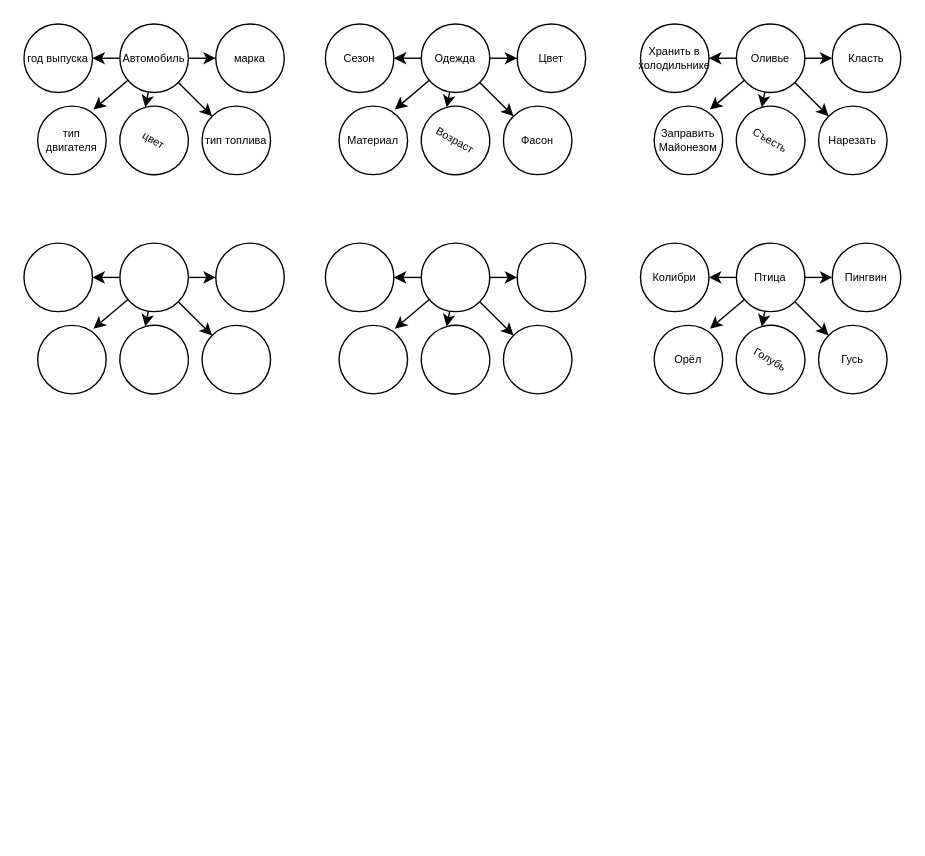
This is Untitled Diagram.drawio from Farelko262/SoloLearn-Course-Java, a draw.io file, before an edit. Source tidied: cells renumbered, new cells numbered last; positions are measured from the earlier drawing's top-left corner, leaving out a move shared by most shapes. Both pictures are drawn from the tidied source at 137%, with x=0, y=0 at pixel (23, 23).
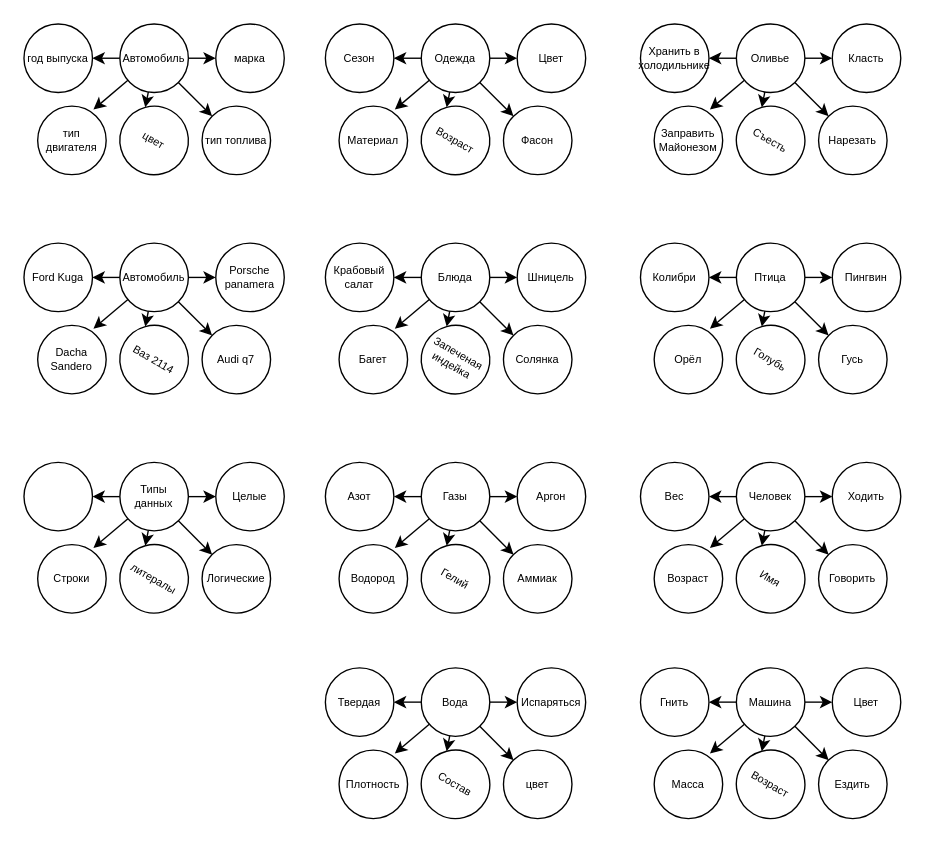
The same page after the edit.

Diff of the diagram source:
```diff
@@
-    <mxCell id="29" style="ellipse;whiteSpace=wrap;html=1;fontSize=8;" parent="1" vertex="1">
+    <mxCell id="29" value="Автомобиль" style="ellipse;whiteSpace=wrap;html=1;fontSize=8;" parent="1" vertex="1">
       <mxGeometry x="70" y="160" width="50" height="50" as="geometry" />
     </mxCell>
-    <mxCell id="30" style="ellipse;whiteSpace=wrap;html=1;fontSize=8;" parent="1" vertex="1">
+    <mxCell id="30" value="Ford Kuga" style="ellipse;whiteSpace=wrap;html=1;fontSize=8;" parent="1" vertex="1">
       <mxGeometry y="160" width="50" height="50" as="geometry" />
     </mxCell>
-    <mxCell id="31" style="ellipse;whiteSpace=wrap;html=1;fontSize=8;" parent="1" vertex="1">
+    <mxCell id="31" value="Porsche panamera&lt;br&gt;" style="ellipse;whiteSpace=wrap;html=1;fontSize=8;" parent="1" vertex="1">
       <mxGeometry x="140" y="160" width="50" height="50" as="geometry" />
     </mxCell>
-    <mxCell id="32" style="ellipse;whiteSpace=wrap;html=1;fontSize=8;" parent="1" vertex="1">
+    <mxCell id="32" value="Audi q7" style="ellipse;whiteSpace=wrap;html=1;fontSize=8;" parent="1" vertex="1">
       <mxGeometry x="130" y="220" width="50" height="50" as="geometry" />
     </mxCell>
-    <mxCell id="33" style="ellipse;whiteSpace=wrap;html=1;rotation=30;fontSize=8;" parent="1" vertex="1">
+    <mxCell id="33" value="Ваз 2114" style="ellipse;whiteSpace=wrap;html=1;rotation=30;fontSize=8;" parent="1" vertex="1">
       <mxGeometry x="70" y="220" width="50" height="50" as="geometry" />
     </mxCell>
-    <mxCell id="34" style="ellipse;whiteSpace=wrap;html=1;fontSize=8;" parent="1" vertex="1">
+    <mxCell id="34" value="Dacha Sandero" style="ellipse;whiteSpace=wrap;html=1;fontSize=8;" parent="1" vertex="1">
       <mxGeometry x="10" y="220" width="50" height="50" as="geometry" />
     </mxCell>
@@
-    <mxCell id="40" style="ellipse;whiteSpace=wrap;html=1;fontSize=8;" parent="1" vertex="1">
+    <mxCell id="40" value="Блюда&lt;br&gt;" style="ellipse;whiteSpace=wrap;html=1;fontSize=8;" parent="1" vertex="1">
       <mxGeometry x="290" y="160" width="50" height="50" as="geometry" />
     </mxCell>
-    <mxCell id="41" style="ellipse;whiteSpace=wrap;html=1;fontSize=8;" parent="1" vertex="1">
+    <mxCell id="41" value="Крабовый салат" style="ellipse;whiteSpace=wrap;html=1;fontSize=8;" parent="1" vertex="1">
       <mxGeometry x="220" y="160" width="50" height="50" as="geometry" />
     </mxCell>
-    <mxCell id="42" style="ellipse;whiteSpace=wrap;html=1;fontSize=8;" parent="1" vertex="1">
+    <mxCell id="42" value="Шницель" style="ellipse;whiteSpace=wrap;html=1;fontSize=8;" parent="1" vertex="1">
       <mxGeometry x="360" y="160" width="50" height="50" as="geometry" />
     </mxCell>
-    <mxCell id="43" style="ellipse;whiteSpace=wrap;html=1;fontSize=8;" parent="1" vertex="1">
+    <mxCell id="43" value="Солянка" style="ellipse;whiteSpace=wrap;html=1;fontSize=8;" parent="1" vertex="1">
       <mxGeometry x="350" y="220" width="50" height="50" as="geometry" />
     </mxCell>
-    <mxCell id="44" style="ellipse;whiteSpace=wrap;html=1;rotation=30;fontSize=8;" parent="1" vertex="1">
+    <mxCell id="44" value="Запеченая индейка" style="ellipse;whiteSpace=wrap;html=1;rotation=30;fontSize=8;" parent="1" vertex="1">
       <mxGeometry x="290" y="220" width="50" height="50" as="geometry" />
     </mxCell>
-    <mxCell id="45" style="ellipse;whiteSpace=wrap;html=1;fontSize=8;" parent="1" vertex="1">
+    <mxCell id="45" value="Багет" style="ellipse;whiteSpace=wrap;html=1;fontSize=8;" parent="1" vertex="1">
       <mxGeometry x="230" y="220" width="50" height="50" as="geometry" />
     </mxCell>
@@
+    <mxCell id="68" style="edgeStyle=none;rounded=0;jettySize=auto;html=1;fontSize=8;" parent="1" edge="1" source="73" target="74">
+      <mxGeometry relative="1" as="geometry" />
+    </mxCell>
+    <mxCell id="69" style="edgeStyle=none;rounded=0;jettySize=auto;html=1;exitX=1;exitY=0.5;exitDx=0;exitDy=0;entryX=0;entryY=0.5;entryDx=0;entryDy=0;fontSize=8;" parent="1" edge="1" source="73" target="75">
+      <mxGeometry relative="1" as="geometry" />
+    </mxCell>
+    <mxCell id="70" style="edgeStyle=none;rounded=0;jettySize=auto;html=1;entryX=0;entryY=0;entryDx=0;entryDy=0;fontSize=8;" parent="1" edge="1" source="73" target="76">
+      <mxGeometry relative="1" as="geometry" />
+    </mxCell>
+    <mxCell id="71" style="edgeStyle=none;rounded=0;jettySize=auto;html=1;entryX=0;entryY=0;entryDx=0;entryDy=0;fontSize=8;" parent="1" edge="1" source="73" target="77">
+      <mxGeometry relative="1" as="geometry" />
+    </mxCell>
+    <mxCell id="72" style="edgeStyle=none;rounded=0;jettySize=auto;html=1;entryX=0.814;entryY=0.049;entryDx=0;entryDy=0;entryPerimeter=0;fontSize=8;" parent="1" edge="1" source="73" target="78">
+      <mxGeometry relative="1" as="geometry" />
+    </mxCell>
+    <mxCell id="73" value="Типы данных" style="ellipse;whiteSpace=wrap;html=1;fontSize=8;" parent="1" vertex="1">
+      <mxGeometry x="70" y="320" width="50" height="50" as="geometry" />
+    </mxCell>
+    <mxCell id="74" style="ellipse;whiteSpace=wrap;html=1;fontSize=8;" parent="1" vertex="1">
+      <mxGeometry y="320" width="50" height="50" as="geometry" />
+    </mxCell>
+    <mxCell id="75" value="Целые" style="ellipse;whiteSpace=wrap;html=1;fontSize=8;" parent="1" vertex="1">
+      <mxGeometry x="140" y="320" width="50" height="50" as="geometry" />
+    </mxCell>
+    <mxCell id="76" value="Логические" style="ellipse;whiteSpace=wrap;html=1;fontSize=8;" parent="1" vertex="1">
+      <mxGeometry x="130" y="380" width="50" height="50" as="geometry" />
+    </mxCell>
+    <mxCell id="77" value="литералы" style="ellipse;whiteSpace=wrap;html=1;rotation=30;fontSize=8;" parent="1" vertex="1">
+      <mxGeometry x="70" y="380" width="50" height="50" as="geometry" />
+    </mxCell>
+    <mxCell id="78" value="Строки" style="ellipse;whiteSpace=wrap;html=1;fontSize=8;" parent="1" vertex="1">
+      <mxGeometry x="10" y="380" width="50" height="50" as="geometry" />
+    </mxCell>
+    <mxCell id="79" style="edgeStyle=none;rounded=0;jettySize=auto;html=1;fontSize=8;" parent="1" edge="1" source="84" target="85">
+      <mxGeometry relative="1" as="geometry" />
+    </mxCell>
+    <mxCell id="80" style="edgeStyle=none;rounded=0;jettySize=auto;html=1;exitX=1;exitY=0.5;exitDx=0;exitDy=0;entryX=0;entryY=0.5;entryDx=0;entryDy=0;fontSize=8;" parent="1" edge="1" source="84" target="86">
+      <mxGeometry relative="1" as="geometry" />
+    </mxCell>
+    <mxCell id="81" style="edgeStyle=none;rounded=0;jettySize=auto;html=1;entryX=0;entryY=0;entryDx=0;entryDy=0;fontSize=8;" parent="1" edge="1" source="84" target="87">
+      <mxGeometry relative="1" as="geometry" />
+    </mxCell>
+    <mxCell id="82" style="edgeStyle=none;rounded=0;jettySize=auto;html=1;entryX=0;entryY=0;entryDx=0;entryDy=0;fontSize=8;" parent="1" edge="1" source="84" target="88">
+      <mxGeometry relative="1" as="geometry" />
+    </mxCell>
+    <mxCell id="83" style="edgeStyle=none;rounded=0;jettySize=auto;html=1;entryX=0.814;entryY=0.049;entryDx=0;entryDy=0;entryPerimeter=0;fontSize=8;" parent="1" edge="1" source="84" target="89">
+      <mxGeometry relative="1" as="geometry" />
+    </mxCell>
+    <mxCell id="84" value="Газы" style="ellipse;whiteSpace=wrap;html=1;fontSize=8;" parent="1" vertex="1">
+      <mxGeometry x="290" y="320" width="50" height="50" as="geometry" />
+    </mxCell>
+    <mxCell id="85" value="Азот" style="ellipse;whiteSpace=wrap;html=1;fontSize=8;" parent="1" vertex="1">
+      <mxGeometry x="220" y="320" width="50" height="50" as="geometry" />
+    </mxCell>
+    <mxCell id="86" value="Аргон" style="ellipse;whiteSpace=wrap;html=1;fontSize=8;" parent="1" vertex="1">
+      <mxGeometry x="360" y="320" width="50" height="50" as="geometry" />
+    </mxCell>
+    <mxCell id="87" value="Аммиак" style="ellipse;whiteSpace=wrap;html=1;fontSize=8;" parent="1" vertex="1">
+      <mxGeometry x="350" y="380" width="50" height="50" as="geometry" />
+    </mxCell>
+    <mxCell id="88" value="Гелий" style="ellipse;whiteSpace=wrap;html=1;rotation=30;fontSize=8;" parent="1" vertex="1">
+      <mxGeometry x="290" y="380" width="50" height="50" as="geometry" />
+    </mxCell>
+    <mxCell id="89" value="Водород" style="ellipse;whiteSpace=wrap;html=1;fontSize=8;" parent="1" vertex="1">
+      <mxGeometry x="230" y="380" width="50" height="50" as="geometry" />
+    </mxCell>
+    <mxCell id="90" style="edgeStyle=none;rounded=0;jettySize=auto;html=1;fontSize=8;" parent="1" edge="1" source="95" target="96">
+      <mxGeometry relative="1" as="geometry" />
+    </mxCell>
+    <mxCell id="91" style="edgeStyle=none;rounded=0;jettySize=auto;html=1;exitX=1;exitY=0.5;exitDx=0;exitDy=0;entryX=0;entryY=0.5;entryDx=0;entryDy=0;fontSize=8;" parent="1" edge="1" source="95" target="97">
+      <mxGeometry relative="1" as="geometry" />
+    </mxCell>
+    <mxCell id="92" style="edgeStyle=none;rounded=0;jettySize=auto;html=1;entryX=0;entryY=0;entryDx=0;entryDy=0;fontSize=8;" parent="1" edge="1" source="95" target="98">
+      <mxGeometry relative="1" as="geometry" />
+    </mxCell>
+    <mxCell id="93" style="edgeStyle=none;rounded=0;jettySize=auto;html=1;entryX=0;entryY=0;entryDx=0;entryDy=0;fontSize=8;" parent="1" edge="1" source="95" target="99">
+      <mxGeometry relative="1" as="geometry" />
+    </mxCell>
+    <mxCell id="94" style="edgeStyle=none;rounded=0;jettySize=auto;html=1;entryX=0.814;entryY=0.049;entryDx=0;entryDy=0;entryPerimeter=0;fontSize=8;" parent="1" edge="1" source="95" target="100">
+      <mxGeometry relative="1" as="geometry" />
+    </mxCell>
+    <mxCell id="95" value="Человек" style="ellipse;whiteSpace=wrap;html=1;fontSize=8;" parent="1" vertex="1">
+      <mxGeometry x="520" y="320" width="50" height="50" as="geometry" />
+    </mxCell>
+    <mxCell id="96" value="Вес" style="ellipse;whiteSpace=wrap;html=1;fontSize=8;" parent="1" vertex="1">
+      <mxGeometry x="450" y="320" width="50" height="50" as="geometry" />
+    </mxCell>
+    <mxCell id="97" value="Ходить" style="ellipse;whiteSpace=wrap;html=1;fontSize=8;" parent="1" vertex="1">
+      <mxGeometry x="590" y="320" width="50" height="50" as="geometry" />
+    </mxCell>
+    <mxCell id="98" value="Говорить" style="ellipse;whiteSpace=wrap;html=1;fontSize=8;" parent="1" vertex="1">
+      <mxGeometry x="580" y="380" width="50" height="50" as="geometry" />
+    </mxCell>
+    <mxCell id="99" value="Имя" style="ellipse;whiteSpace=wrap;html=1;rotation=30;fontSize=8;" parent="1" vertex="1">
+      <mxGeometry x="520" y="380" width="50" height="50" as="geometry" />
+    </mxCell>
+    <mxCell id="100" value="Возраст" style="ellipse;whiteSpace=wrap;html=1;fontSize=8;" parent="1" vertex="1">
+      <mxGeometry x="460" y="380" width="50" height="50" as="geometry" />
+    </mxCell>
+    <mxCell id="101" style="edgeStyle=none;rounded=0;jettySize=auto;html=1;fontSize=8;" parent="1" edge="1" source="106" target="107">
+      <mxGeometry relative="1" as="geometry" />
+    </mxCell>
+    <mxCell id="102" style="edgeStyle=none;rounded=0;jettySize=auto;html=1;exitX=1;exitY=0.5;exitDx=0;exitDy=0;entryX=0;entryY=0.5;entryDx=0;entryDy=0;fontSize=8;" parent="1" edge="1" source="106" target="108">
+      <mxGeometry relative="1" as="geometry" />
+    </mxCell>
+    <mxCell id="103" style="edgeStyle=none;rounded=0;jettySize=auto;html=1;entryX=0;entryY=0;entryDx=0;entryDy=0;fontSize=8;" parent="1" edge="1" source="106" target="109">
+      <mxGeometry relative="1" as="geometry" />
+    </mxCell>
+    <mxCell id="104" style="edgeStyle=none;rounded=0;jettySize=auto;html=1;entryX=0;entryY=0;entryDx=0;entryDy=0;fontSize=8;" parent="1" edge="1" source="106" target="110">
+      <mxGeometry relative="1" as="geometry" />
+    </mxCell>
+    <mxCell id="105" style="edgeStyle=none;rounded=0;jettySize=auto;html=1;entryX=0.814;entryY=0.049;entryDx=0;entryDy=0;entryPerimeter=0;fontSize=8;" parent="1" edge="1" source="106" target="111">
+      <mxGeometry relative="1" as="geometry" />
+    </mxCell>
+    <mxCell id="106" value="Вода" style="ellipse;whiteSpace=wrap;html=1;fontSize=8;" parent="1" vertex="1">
+      <mxGeometry x="290" y="470" width="50" height="50" as="geometry" />
+    </mxCell>
+    <mxCell id="107" value="Твердая" style="ellipse;whiteSpace=wrap;html=1;fontSize=8;" parent="1" vertex="1">
+      <mxGeometry x="220" y="470" width="50" height="50" as="geometry" />
+    </mxCell>
+    <mxCell id="108" value="Испаряться" style="ellipse;whiteSpace=wrap;html=1;fontSize=8;" parent="1" vertex="1">
+      <mxGeometry x="360" y="470" width="50" height="50" as="geometry" />
+    </mxCell>
+    <mxCell id="109" value="цвет" style="ellipse;whiteSpace=wrap;html=1;fontSize=8;" parent="1" vertex="1">
+      <mxGeometry x="350" y="530" width="50" height="50" as="geometry" />
+    </mxCell>
+    <mxCell id="110" value="Состав" style="ellipse;whiteSpace=wrap;html=1;rotation=30;fontSize=8;" parent="1" vertex="1">
+      <mxGeometry x="290" y="530" width="50" height="50" as="geometry" />
+    </mxCell>
+    <mxCell id="111" value="Плотность" style="ellipse;whiteSpace=wrap;html=1;fontSize=8;" parent="1" vertex="1">
+      <mxGeometry x="230" y="530" width="50" height="50" as="geometry" />
+    </mxCell>
+    <mxCell id="112" style="edgeStyle=none;rounded=0;jettySize=auto;html=1;fontSize=8;" parent="1" edge="1" source="117" target="118">
+      <mxGeometry relative="1" as="geometry" />
+    </mxCell>
+    <mxCell id="113" style="edgeStyle=none;rounded=0;jettySize=auto;html=1;exitX=1;exitY=0.5;exitDx=0;exitDy=0;entryX=0;entryY=0.5;entryDx=0;entryDy=0;fontSize=8;" parent="1" edge="1" source="117" target="119">
+      <mxGeometry relative="1" as="geometry" />
+    </mxCell>
+    <mxCell id="114" style="edgeStyle=none;rounded=0;jettySize=auto;html=1;entryX=0;entryY=0;entryDx=0;entryDy=0;fontSize=8;" parent="1" edge="1" source="117" target="120">
+      <mxGeometry relative="1" as="geometry" />
+    </mxCell>
+    <mxCell id="115" style="edgeStyle=none;rounded=0;jettySize=auto;html=1;entryX=0;entryY=0;entryDx=0;entryDy=0;fontSize=8;" parent="1" edge="1" source="117" target="121">
+      <mxGeometry relative="1" as="geometry" />
+    </mxCell>
+    <mxCell id="116" style="edgeStyle=none;rounded=0;jettySize=auto;html=1;entryX=0.814;entryY=0.049;entryDx=0;entryDy=0;entryPerimeter=0;fontSize=8;" parent="1" edge="1" source="117" target="122">
+      <mxGeometry relative="1" as="geometry" />
+    </mxCell>
+    <mxCell id="117" value="Машина" style="ellipse;whiteSpace=wrap;html=1;fontSize=8;" parent="1" vertex="1">
+      <mxGeometry x="520" y="470" width="50" height="50" as="geometry" />
+    </mxCell>
+    <mxCell id="118" value="Гнить" style="ellipse;whiteSpace=wrap;html=1;fontSize=8;" parent="1" vertex="1">
+      <mxGeometry x="450" y="470" width="50" height="50" as="geometry" />
+    </mxCell>
+    <mxCell id="119" value="Цвет" style="ellipse;whiteSpace=wrap;html=1;fontSize=8;" parent="1" vertex="1">
+      <mxGeometry x="590" y="470" width="50" height="50" as="geometry" />
+    </mxCell>
+    <mxCell id="120" value="Ездить" style="ellipse;whiteSpace=wrap;html=1;fontSize=8;" parent="1" vertex="1">
+      <mxGeometry x="580" y="530" width="50" height="50" as="geometry" />
+    </mxCell>
+    <mxCell id="121" value="Возраст" style="ellipse;whiteSpace=wrap;html=1;rotation=30;fontSize=8;" parent="1" vertex="1">
+      <mxGeometry x="520" y="530" width="50" height="50" as="geometry" />
+    </mxCell>
+    <mxCell id="122" value="Масса" style="ellipse;whiteSpace=wrap;html=1;fontSize=8;" parent="1" vertex="1">
+      <mxGeometry x="460" y="530" width="50" height="50" as="geometry" />
+    </mxCell>
```
